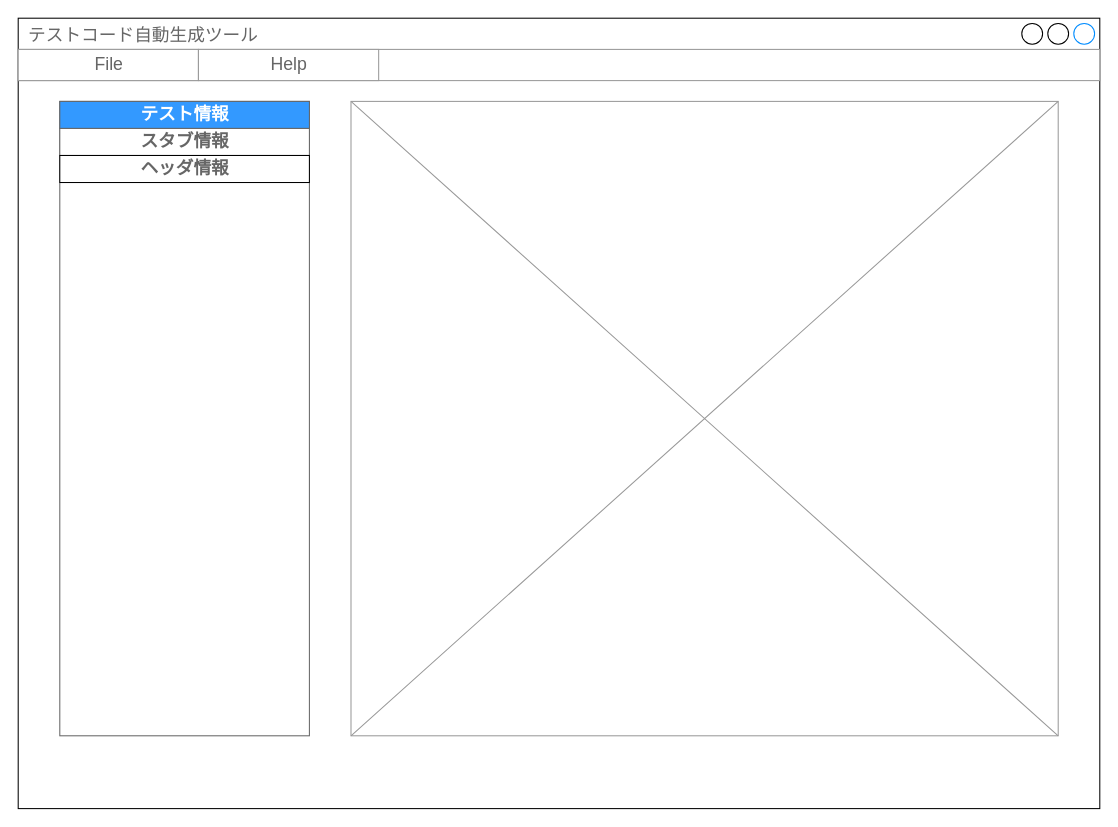
Above: page "基本画面構成" (1 of 4) of AutoTestPrep/doc/design/AutoTestPrep_ViewLayout.drawio in CountrySideEngineer/TestSupportTools (draw.io), before the change. Source tidied: cells renumbered, new cells numbered last; positions are measured from the earlier drawing's top-left corner, leaving out a move shared by most shapes. Both pictures are drawn from the tidied source at 104%, with x=0, y=0 at pixel (18, 18).
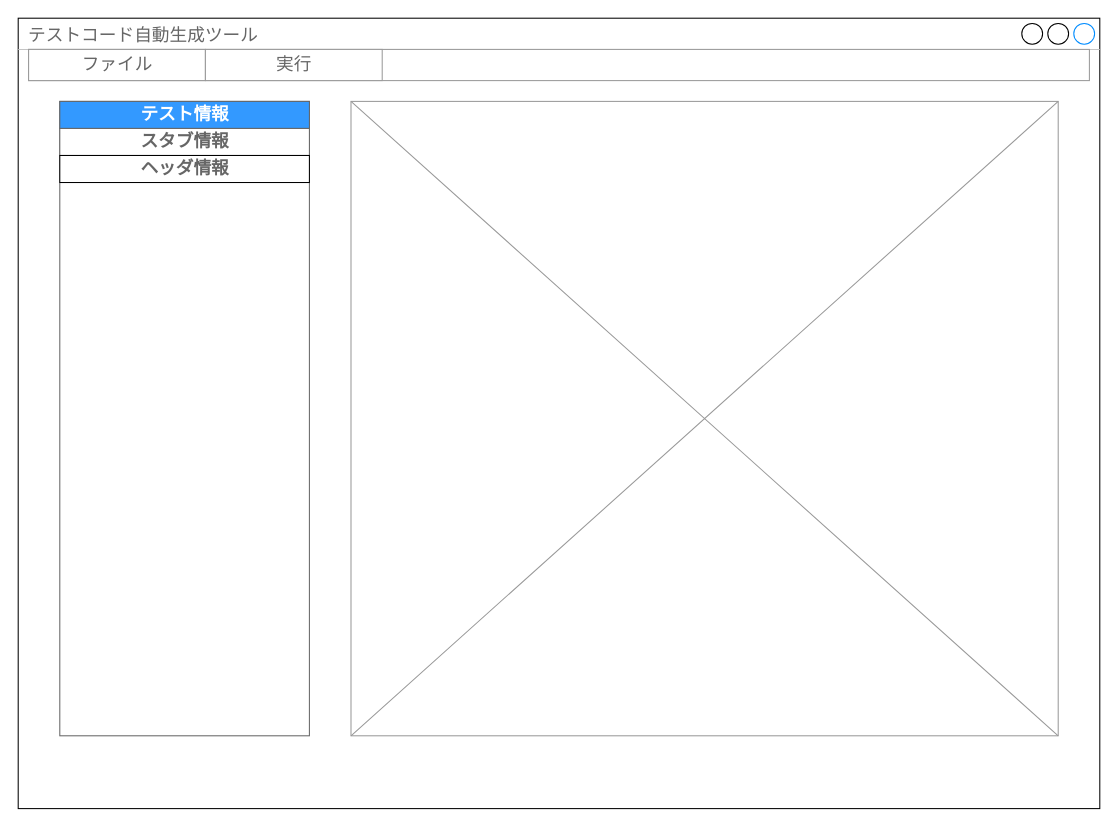
After the change.

The edit, as a diff of the source:
```diff
@@
 <mxGraphModel background="#ffffff">
   <root>
     <mxCell id="0" />
     <mxCell id="1" parent="0" />
     <mxCell id="2" value="テストコード自動生成ツール" style="strokeWidth=1;shadow=0;dashed=0;align=center;html=1;shape=mxgraph.mockup.containers.window;align=left;verticalAlign=top;spacingLeft=8;strokeColor2=#008cff;strokeColor3=#c4c4c4;fontColor=#666666;mainText=;fontSize=17;labelBackgroundColor=none;" parent="1" vertex="1">
       <mxGeometry width="1040" height="760" as="geometry" />
     </mxCell>
     <mxCell id="3" style="strokeWidth=1;shadow=0;dashed=0;align=center;html=1;shape=mxgraph.mockup.containers.rrect;rSize=0;strokeColor=#666666;" parent="1" vertex="1">
       <mxGeometry x="40" y="80" width="240" height="610" as="geometry" />
     </mxCell>
     <mxCell id="4" value="テスト情報" style="strokeColor=inherit;fillColor=#3399FF;gradientColor=none;strokeWidth=1;shadow=0;dashed=0;align=center;html=1;shape=mxgraph.mockup.containers.rrect;rSize=0;fontSize=17;fontColor=#FFFFFF;fontStyle=1;" parent="3" vertex="1">
       <mxGeometry width="240" height="26" relative="1" as="geometry" />
     </mxCell>
     <mxCell id="5" value="スタブ情報" style="strokeColor=inherit;fillColor=inherit;gradientColor=inherit;strokeWidth=1;shadow=0;dashed=0;align=center;html=1;shape=mxgraph.mockup.containers.rrect;rSize=0;fontSize=17;fontColor=#666666;fontStyle=1;" parent="3" vertex="1">
       <mxGeometry width="240" height="26" relative="1" as="geometry">
         <mxPoint y="26" as="offset" />
       </mxGeometry>
     </mxCell>
     <mxCell id="6" value="ヘッダ情報" style="strokeWidth=1;shadow=0;dashed=0;align=center;html=1;shape=mxgraph.mockup.containers.rrect;rSize=0;fontSize=17;fontColor=#666666;fontStyle=1;fillColor=#FFFFFF;strokeColor=#000000;gradientColor=#ffffff;" parent="3" vertex="1">
       <mxGeometry width="240" height="26" relative="1" as="geometry">
         <mxPoint y="52" as="offset" />
       </mxGeometry>
     </mxCell>
     <mxCell id="7" style="verticalLabelPosition=bottom;shadow=0;dashed=0;align=center;html=1;verticalAlign=top;strokeWidth=1;shape=mxgraph.mockup.graphics.simpleIcon;strokeColor=#999999;" parent="1" vertex="1">
       <mxGeometry x="320" y="80" width="680" height="610" as="geometry" />
     </mxCell>
-    <mxCell id="8" style="strokeWidth=1;shadow=0;dashed=0;align=center;html=1;shape=mxgraph.mockup.forms.rrect;rSize=0;strokeColor=#999999;" parent="1" vertex="1">
-      <mxGeometry y="30" width="1040" height="30" as="geometry" />
-    </mxCell>
-    <mxCell id="9" value="File" style="strokeColor=inherit;fillColor=inherit;gradientColor=inherit;strokeWidth=1;shadow=0;dashed=0;align=center;html=1;shape=mxgraph.mockup.forms.rrect;rSize=0;fontSize=17;fontColor=#666666;" parent="8" vertex="1">
-      <mxGeometry width="173.3" height="30" as="geometry" />
-    </mxCell>
-    <mxCell id="10" value="Help" style="strokeColor=inherit;fillColor=inherit;gradientColor=inherit;strokeWidth=1;shadow=0;dashed=0;align=center;html=1;shape=mxgraph.mockup.forms.rrect;rSize=0;fontSize=17;fontColor=#666666;" parent="8" vertex="1">
-      <mxGeometry x="173.3" width="173.3" height="30" as="geometry" />
-    </mxCell>
+    <mxCell id="11" style="strokeWidth=1;shadow=0;dashed=0;align=center;html=1;shape=mxgraph.mockup.forms.rrect;rSize=0;strokeColor=#999999;" parent="1" vertex="1">
+      <mxGeometry x="10" y="30" width="1020" height="30" as="geometry" />
+    </mxCell>
+    <mxCell id="12" value="ファイル" style="strokeColor=inherit;fillColor=inherit;gradientColor=inherit;strokeWidth=1;shadow=0;dashed=0;align=center;html=1;shape=mxgraph.mockup.forms.rrect;rSize=0;fontSize=17;fontColor=#666666;" parent="11" vertex="1">
+      <mxGeometry width="170" height="30" as="geometry" />
+    </mxCell>
+    <mxCell id="13" value="実行" style="strokeColor=inherit;fillColor=inherit;gradientColor=inherit;strokeWidth=1;shadow=0;dashed=0;align=center;html=1;shape=mxgraph.mockup.forms.rrect;rSize=0;fontSize=17;fontColor=#666666;" parent="11" vertex="1">
+      <mxGeometry x="170" width="170" height="30" as="geometry" />
+    </mxCell>
   </root>
 </mxGraphModel>
```
